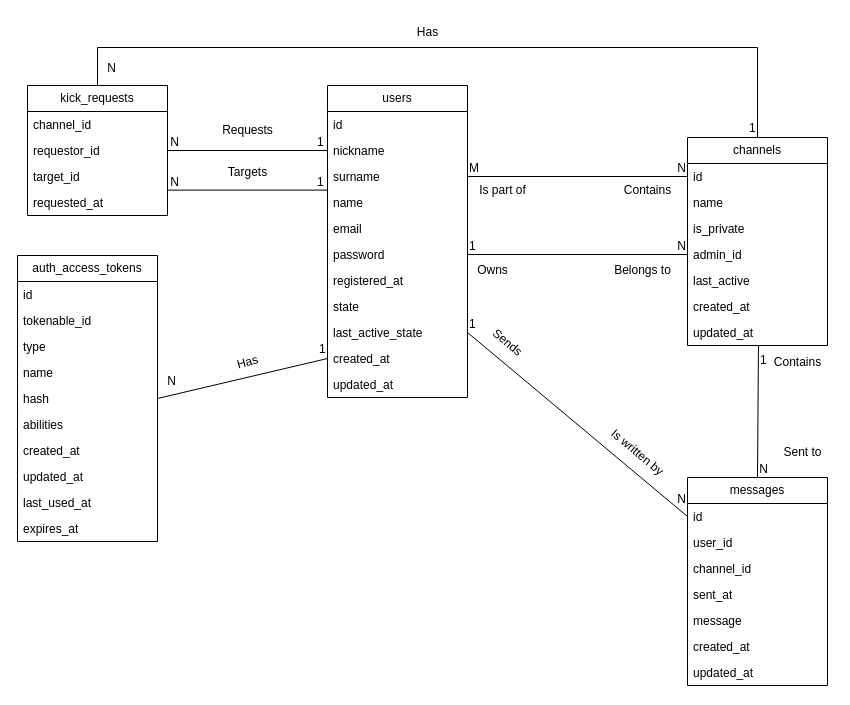
This is page "Logical" (1 of 2) of docs/DBdiagram.drawio from meowiky/VPWA-25-Bukovska-Szabo, a draw.io file, before an edit. Source tidied: cells renumbered, new cells numbered last; positions are measured from the earlier drawing's top-left corner, leaving out a move shared by most shapes. Both pictures are drawn from the tidied source at 100%, with x=0, y=0 at pixel (17, 17).
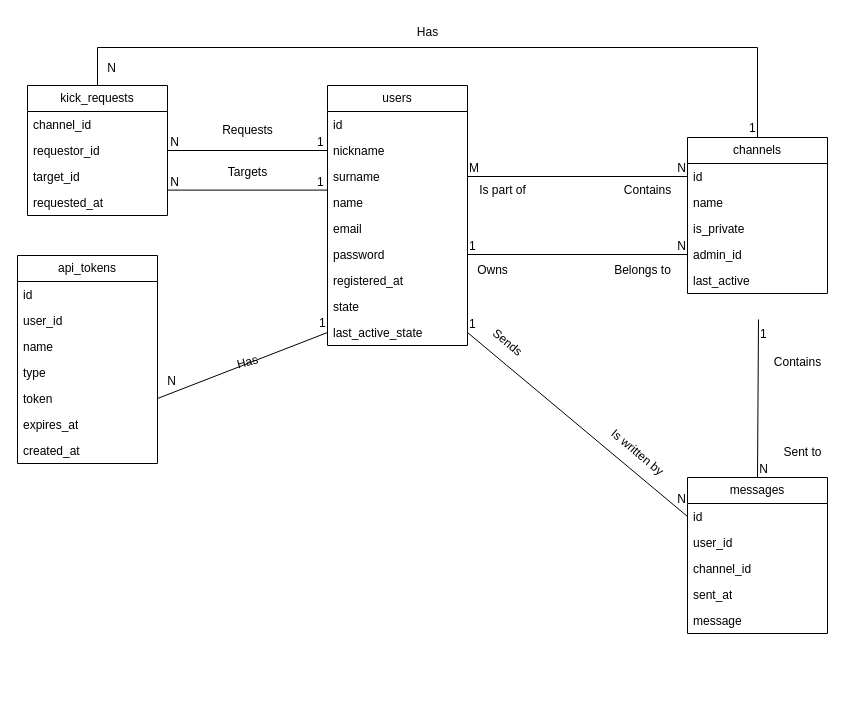
The same page after the edit.

Unchanged cells that the change refers to:
```xml
<mxCell id="11" value="last_active_state" style="text;strokeColor=none;fillColor=none;align=left;verticalAlign=top;spacingLeft=4;spacingRight=4;overflow=hidden;points=[[0,0.5],[1,0.5]];portConstraint=eastwest;whiteSpace=wrap;html=1;" parent="2" vertex="1">
  <mxGeometry y="234" width="140" height="26" as="geometry" />
</mxCell>
```

Change to the diagram source:
```diff
@@
     <mxCell id="2" value="users" style="swimlane;fontStyle=0;horizontal=1;startSize=26;fillColor=none;whiteSpace=wrap;html=1;" parent="1" vertex="1">
-      <mxGeometry x="310" y="68" width="140" height="312" as="geometry" />
+      <mxGeometry x="310" y="68" width="140" height="260" as="geometry" />
     </mxCell>
@@
-    <mxCell id="12" value="created_at" style="text;strokeColor=none;fillColor=none;align=left;verticalAlign=top;spacingLeft=4;spacingRight=4;overflow=hidden;points=[[0,0.5],[1,0.5]];portConstraint=eastwest;whiteSpace=wrap;html=1;" parent="2" vertex="1">
-      <mxGeometry y="260" width="140" height="26" as="geometry" />
-    </mxCell>
-    <mxCell id="13" value="updated_at" style="text;strokeColor=none;fillColor=none;align=left;verticalAlign=top;spacingLeft=4;spacingRight=4;overflow=hidden;whiteSpace=wrap;html=1;" parent="2" vertex="1">
-      <mxGeometry y="286" width="140" height="26" as="geometry" />
-    </mxCell>
     <mxCell id="14" value="channels" style="swimlane;fontStyle=0;horizontal=1;startSize=26;fillColor=none;whiteSpace=wrap;html=1;" parent="1" vertex="1">
-      <mxGeometry x="670" y="120" width="140" height="208" as="geometry" />
+      <mxGeometry x="670" y="120" width="140" height="156" as="geometry" />
     </mxCell>
@@
-    <mxCell id="20" value="created_at" style="text;strokeColor=none;fillColor=none;align=left;verticalAlign=top;spacingLeft=4;spacingRight=4;overflow=hidden;whiteSpace=wrap;html=1;" parent="14" vertex="1">
-      <mxGeometry y="156" width="140" height="26" as="geometry" />
-    </mxCell>
-    <mxCell id="21" value="updated_at" style="text;strokeColor=none;fillColor=none;align=left;verticalAlign=top;spacingLeft=4;spacingRight=4;overflow=hidden;points=[[0,0.5],[1,0.5]];portConstraint=eastwest;whiteSpace=wrap;html=1;" parent="14" vertex="1">
-      <mxGeometry y="182" width="140" height="26" as="geometry" />
-    </mxCell>
     <mxCell id="22" value="messages" style="swimlane;fontStyle=0;horizontal=1;startSize=26;fillColor=none;whiteSpace=wrap;html=1;" parent="1" vertex="1">
-      <mxGeometry x="670" y="460" width="140" height="208" as="geometry" />
+      <mxGeometry x="670" y="460" width="140" height="156" as="geometry" />
     </mxCell>
@@
-    <mxCell id="28" value="created_at" style="text;strokeColor=none;fillColor=none;align=left;verticalAlign=top;spacingLeft=4;spacingRight=4;overflow=hidden;whiteSpace=wrap;html=1;" parent="22" vertex="1">
-      <mxGeometry y="156" width="140" height="26" as="geometry" />
-    </mxCell>
-    <mxCell id="29" value="updated_at" style="text;strokeColor=none;fillColor=none;align=left;verticalAlign=top;spacingLeft=4;spacingRight=4;overflow=hidden;whiteSpace=wrap;html=1;" parent="22" vertex="1">
-      <mxGeometry y="182" width="140" height="26" as="geometry" />
-    </mxCell>
@@
-    <mxCell id="33" style="endArrow=none;html=1;rounded=0;exitX=0.507;exitY=1;exitDx=0;exitDy=0;entryX=0.5;entryY=0;entryDx=0;entryDy=0;exitPerimeter=0;" parent="1" edge="1" source="21" target="22">
-      <mxGeometry relative="1" as="geometry" />
+    <mxCell id="33" style="endArrow=none;html=1;rounded=0;exitX=0.507;exitY=1;exitDx=0;exitDy=0;entryX=0.5;entryY=0;entryDx=0;entryDy=0;exitPerimeter=0;" parent="1" edge="1" target="22">
+      <mxGeometry relative="1" as="geometry">
+        <mxPoint x="741" y="302" as="sourcePoint" />
+      </mxGeometry>
     </mxCell>
@@
-    <mxCell id="50" value="auth_access_tokens" style="swimlane;fontStyle=0;horizontal=1;startSize=26;fillColor=none;whiteSpace=wrap;html=1;" parent="1" vertex="1">
-      <mxGeometry y="238" width="140" height="286" as="geometry" />
+    <mxCell id="50" value="api_tokens" style="swimlane;fontStyle=0;horizontal=1;startSize=26;fillColor=none;whiteSpace=wrap;html=1;" parent="1" vertex="1">
+      <mxGeometry y="238" width="140" height="208" as="geometry" />
     </mxCell>
@@
-    <mxCell id="52" value="tokenable_id" style="text;strokeColor=none;fillColor=none;align=left;verticalAlign=top;spacingLeft=4;spacingRight=4;overflow=hidden;whiteSpace=wrap;html=1;" parent="50" vertex="1">
+    <mxCell id="52" value="user_id" style="text;strokeColor=none;fillColor=none;align=left;verticalAlign=top;spacingLeft=4;spacingRight=4;overflow=hidden;whiteSpace=wrap;html=1;" parent="50" vertex="1">
       <mxGeometry y="52" width="140" height="26" as="geometry" />
     </mxCell>
+    <mxCell id="54" value="name" style="text;strokeColor=none;fillColor=none;align=left;verticalAlign=top;spacingLeft=4;spacingRight=4;overflow=hidden;whiteSpace=wrap;html=1;" parent="50" vertex="1">
+      <mxGeometry y="78" width="140" height="26" as="geometry" />
+    </mxCell>
     <mxCell id="53" value="type" style="text;strokeColor=none;fillColor=none;align=left;verticalAlign=top;spacingLeft=4;spacingRight=4;overflow=hidden;whiteSpace=wrap;html=1;" parent="50" vertex="1">
-      <mxGeometry y="78" width="140" height="26" as="geometry" />
+      <mxGeometry y="104" width="140" height="26" as="geometry" />
     </mxCell>
-    <mxCell id="54" value="name" style="text;strokeColor=none;fillColor=none;align=left;verticalAlign=top;spacingLeft=4;spacingRight=4;overflow=hidden;whiteSpace=wrap;html=1;" parent="50" vertex="1">
-      <mxGeometry y="104" width="140" height="26" as="geometry" />
-    </mxCell>
-    <mxCell id="55" value="hash" style="text;strokeColor=none;fillColor=none;align=left;verticalAlign=top;spacingLeft=4;spacingRight=4;overflow=hidden;points=[[0,0.5],[1,0.5]];portConstraint=eastwest;whiteSpace=wrap;html=1;" parent="50" vertex="1">
+    <mxCell id="55" value="token" style="text;strokeColor=none;fillColor=none;align=left;verticalAlign=top;spacingLeft=4;spacingRight=4;overflow=hidden;points=[[0,0.5],[1,0.5]];portConstraint=eastwest;whiteSpace=wrap;html=1;" parent="50" vertex="1">
       <mxGeometry y="130" width="140" height="26" as="geometry" />
     </mxCell>
-    <mxCell id="56" value="abilities" style="text;strokeColor=none;fillColor=none;align=left;verticalAlign=top;spacingLeft=4;spacingRight=4;overflow=hidden;whiteSpace=wrap;html=1;" parent="50" vertex="1">
+    <mxCell id="56" value="expires_at" style="text;strokeColor=none;fillColor=none;align=left;verticalAlign=top;spacingLeft=4;spacingRight=4;overflow=hidden;whiteSpace=wrap;html=1;" parent="50" vertex="1">
       <mxGeometry y="156" width="140" height="26" as="geometry" />
     </mxCell>
@@
-    <mxCell id="58" value="updated_at" style="text;strokeColor=none;fillColor=none;align=left;verticalAlign=top;spacingLeft=4;spacingRight=4;overflow=hidden;whiteSpace=wrap;html=1;" parent="50" vertex="1">
-      <mxGeometry y="208" width="140" height="26" as="geometry" />
-    </mxCell>
-    <mxCell id="59" value="last_used_at" style="text;strokeColor=none;fillColor=none;align=left;verticalAlign=top;spacingLeft=4;spacingRight=4;overflow=hidden;whiteSpace=wrap;html=1;" parent="50" vertex="1">
-      <mxGeometry y="234" width="140" height="26" as="geometry" />
-    </mxCell>
-    <mxCell id="60" value="expires_at" style="text;strokeColor=none;fillColor=none;align=left;verticalAlign=top;spacingLeft=4;spacingRight=4;overflow=hidden;whiteSpace=wrap;html=1;" parent="50" vertex="1">
-      <mxGeometry y="260" width="140" height="26" as="geometry" />
-    </mxCell>
@@
-    <mxCell id="66" style="endArrow=none;html=1;rounded=0;exitX=0;exitY=0.5;exitDx=0;exitDy=0;entryX=1;entryY=0.5;entryDx=0;entryDy=0;" parent="1" edge="1" source="12" target="55">
+    <mxCell id="66" style="endArrow=none;html=1;rounded=0;exitX=0;exitY=0.5;exitDx=0;exitDy=0;entryX=1;entryY=0.5;entryDx=0;entryDy=0;" parent="1" edge="1" source="11" target="55">
       <mxGeometry relative="1" as="geometry" />
     </mxCell>
```
